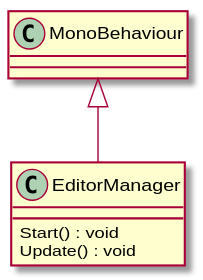
Earlier version of the PlantUML export UML/Loco_Loco_Editor/Assets/01_Scripts/EditorManager.svg (Zaephus/Prod_Tools). Source of this version:
```plantuml
@startuml
class EditorManager {
    Start() : void
    Update() : void
}
MonoBehaviour <|-- EditorManager
@enduml
```
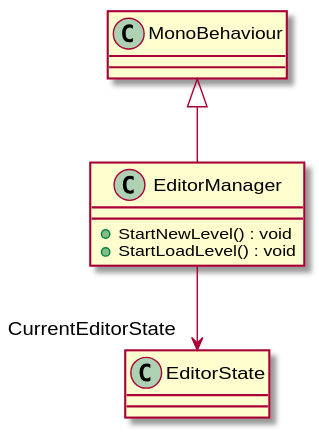
The same file after the commit.

Change to the diagram source:
```diff
@@ -1,7 +1,8 @@
 @startuml
 class EditorManager {
-    Start() : void
-    Update() : void
+    + StartNewLevel() : void
+    + StartLoadLevel() : void
 }
 MonoBehaviour <|-- EditorManager
+EditorManager --> "CurrentEditorState" EditorState
 @enduml
```
